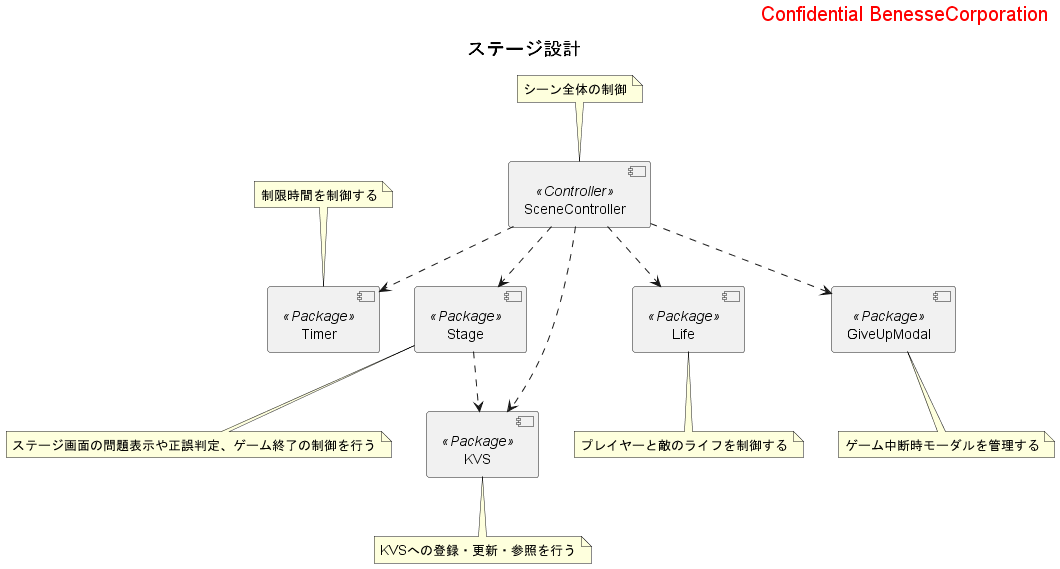
Earlier version of the PlantUML export doc/img/StageComponent.png (koba09yuta/MagicalKukuQuest).
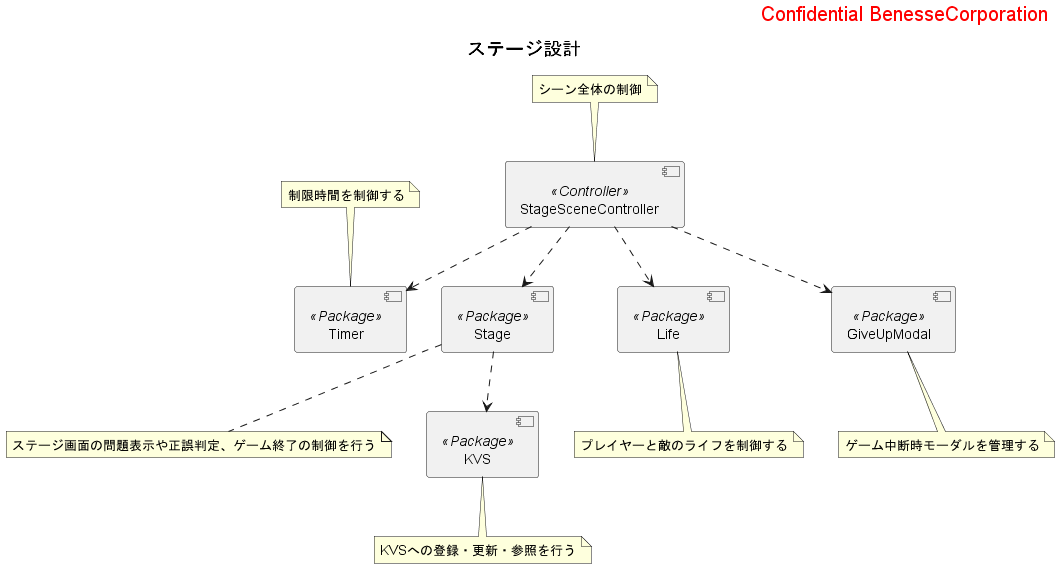
Above is the later version.

The edit, as a diff of the source:
```diff
@@ -2,7 +2,7 @@
 right header <size:20><color:red>Confidential BenesseCorporation</color></size>
 
 title <size:18> ステージ設計 </size>
-component SceneController as SceneCon <<Controller>>
+component StageSceneController as SceneCon <<Controller>>
 note top : シーン全体の制御
 
 component Stage as stage <<Package>>
@@ -24,7 +24,6 @@
 SceneCon ..> timer
 SceneCon ..> life
 SceneCon ..> GiveUpModal
-SceneCon ..> kvs
 stage ..> kvs
 
 @enduml
```
